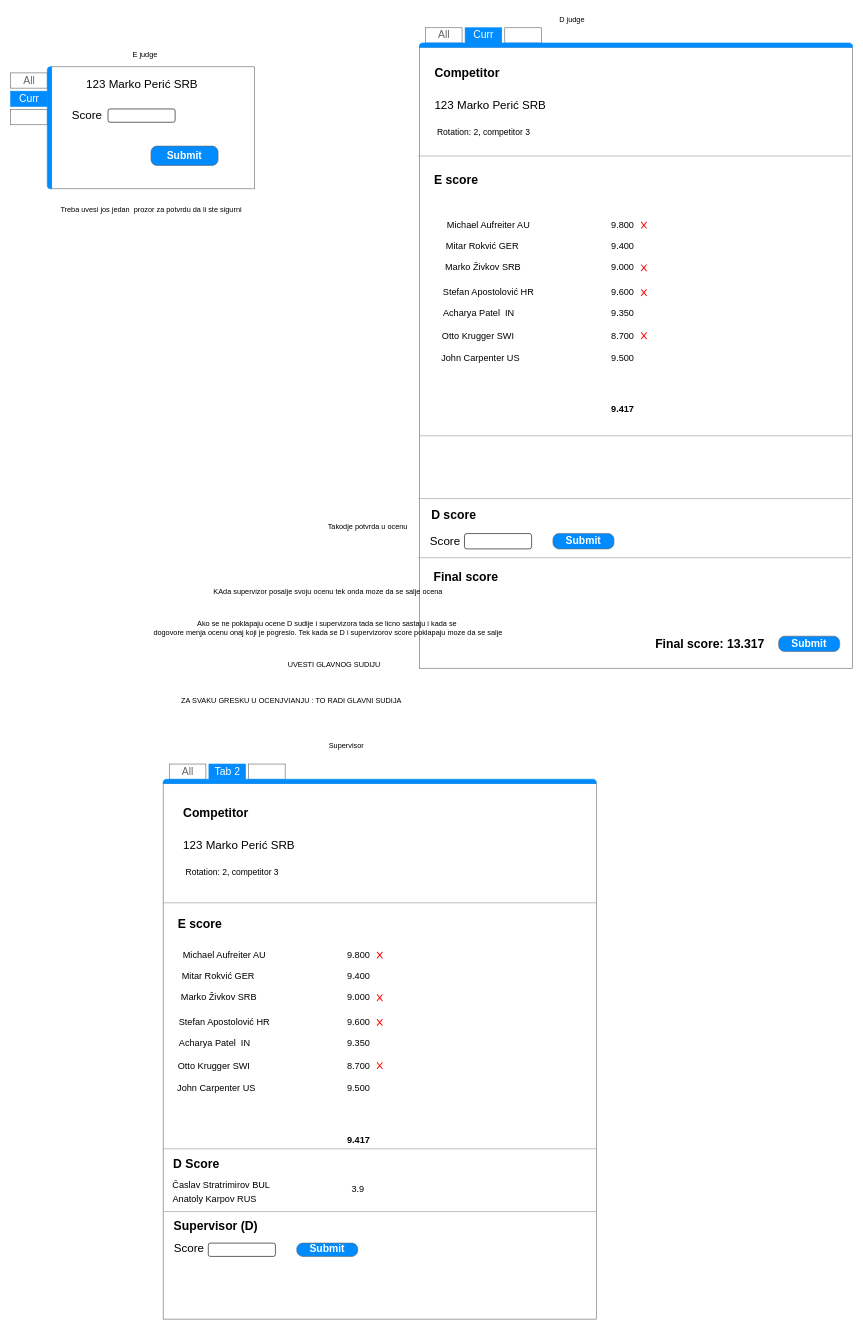
Before: Documentation/Interfaces.drawio in stojanovic00/GCOptimizer, a draw.io diagram. Source tidied: cells renumbered, new cells numbered last; positions are measured from the earlier drawing's top-left corner, leaving out a move shared by most shapes. Both pictures are drawn from the tidied source at 61%, with x=0, y=0 at pixel (10, 10).
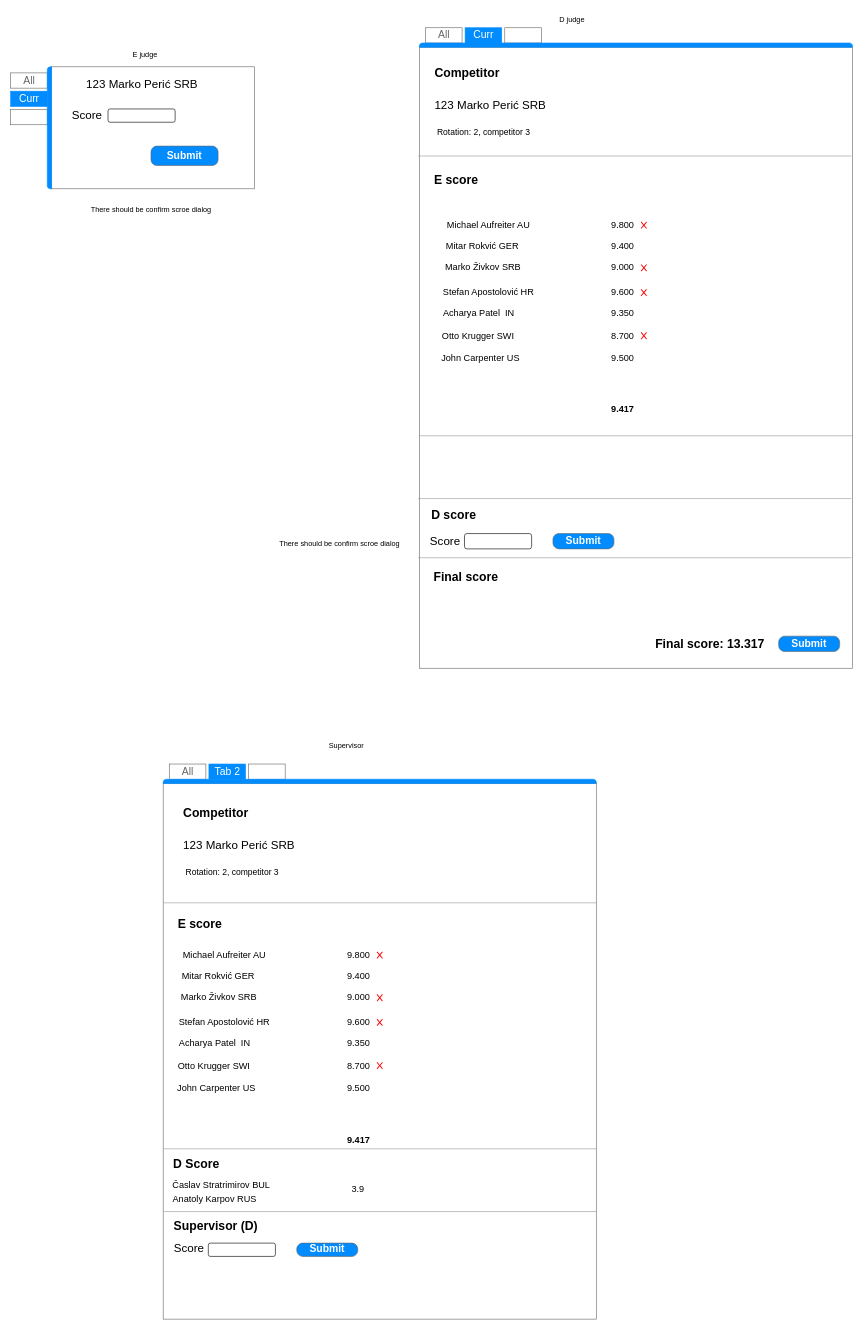
The same page after the edit.

Change to the diagram source:
```diff
@@
-    <mxCell id="92" value="Treba uvesi jos jedan&amp;nbsp; prozor za potvrdu da li ste sigurni" style="text;html=1;align=center;verticalAlign=middle;strokeColor=none;fillColor=none;" parent="1" vertex="1">
-      <mxGeometry x="70" y="312" width="320" height="30" as="geometry" />
+    <mxCell id="92" value="There should be confirm scroe dialog" style="text;html=1;align=center;verticalAlign=middle;strokeColor=none;fillColor=none;" parent="1" vertex="1">
+      <mxGeometry x="120" y="312" width="220" height="30" as="geometry" />
     </mxCell>
-    <mxCell id="93" value="Takodje potvrda u ocenu" style="text;html=1;align=center;verticalAlign=middle;strokeColor=none;fillColor=none;" parent="1" vertex="1">
-      <mxGeometry x="510" y="832" width="150" height="30" as="geometry" />
-    </mxCell>
-    <mxCell id="94" value="KAda supervizor posalje svoju ocenu tek onda moze da se salje ocena" style="text;html=1;align=center;verticalAlign=middle;strokeColor=none;fillColor=none;" parent="1" vertex="1">
-      <mxGeometry x="320" y="937" width="400" height="30" as="geometry" />
-    </mxCell>
-    <mxCell id="95" value="Ako se ne poklapaju ocene D sudije i supervizora tada se licno sastaju i kada se&amp;nbsp;&lt;br&gt;dogovore menja ocenu onaj koji je pogresio. Tek kada se D i supervizorov score poklapaju moze da se salje" style="text;html=1;align=center;verticalAlign=middle;strokeColor=none;fillColor=none;" parent="1" vertex="1">
-      <mxGeometry x="220" y="992" width="600" height="40" as="geometry" />
-    </mxCell>
-    <mxCell id="96" value="ZA SVAKU GRESKU U OCENJVIANJU : TO RADI GLAVNI SUDIJA" style="text;html=1;align=center;verticalAlign=middle;strokeColor=none;fillColor=none;" parent="1" vertex="1">
-      <mxGeometry x="270" y="1117" width="380" height="30" as="geometry" />
-    </mxCell>
-    <mxCell id="97" value="UVESTI GLAVNOG SUDIJU" style="text;html=1;align=center;verticalAlign=middle;strokeColor=none;fillColor=none;" parent="1" vertex="1">
-      <mxGeometry x="440" y="1057" width="180" height="30" as="geometry" />
-    </mxCell>
+    <mxCell id="98" value="There should be confirm scroe dialog" style="text;html=1;align=center;verticalAlign=middle;strokeColor=none;fillColor=none;" parent="1" vertex="1">
+      <mxGeometry x="429" y="859" width="220" height="30" as="geometry" />
+    </mxCell>
```
